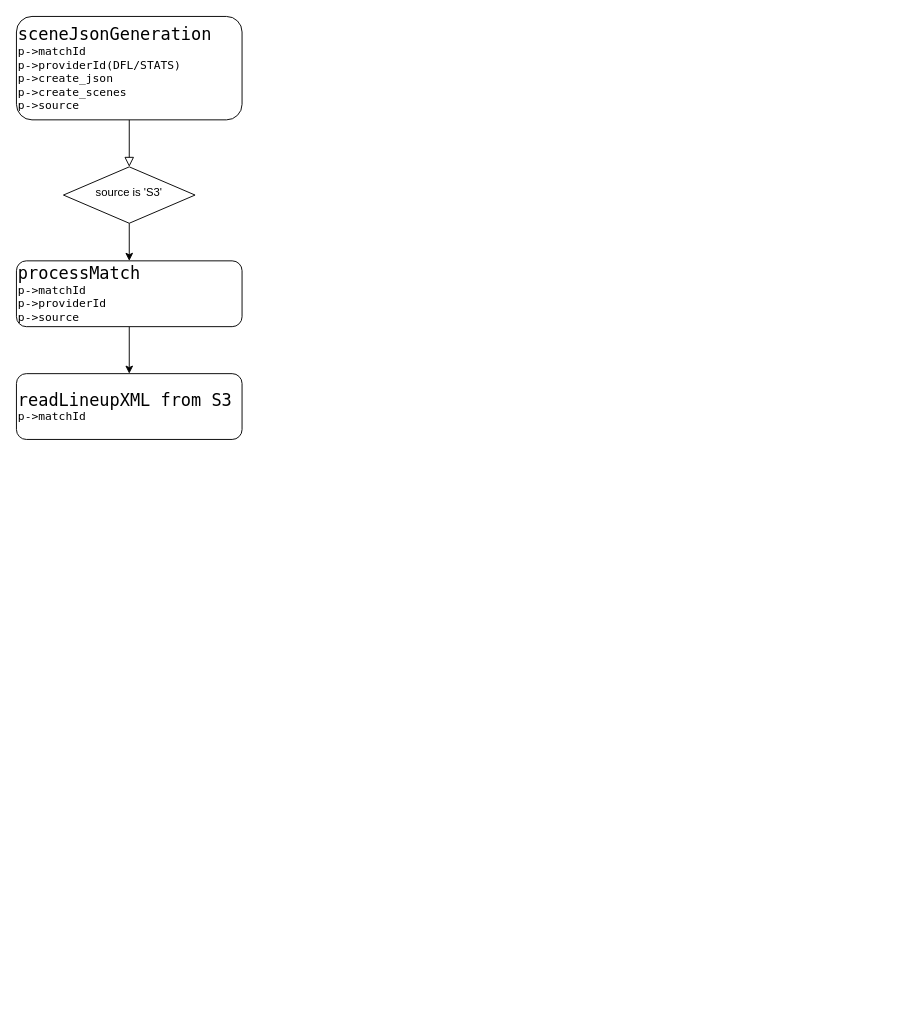
The draw.io diagram SportsOne/Tactical Insight Generate Scene.drawio in wosary1984/draw.io, before the edit. Source tidied: cells renumbered, new cells numbered last; positions are measured from the earlier drawing's top-left corner, leaving out a move shared by most shapes. Both pictures are drawn from the tidied source at 94%, with x=0, y=0 at pixel (16, 16).
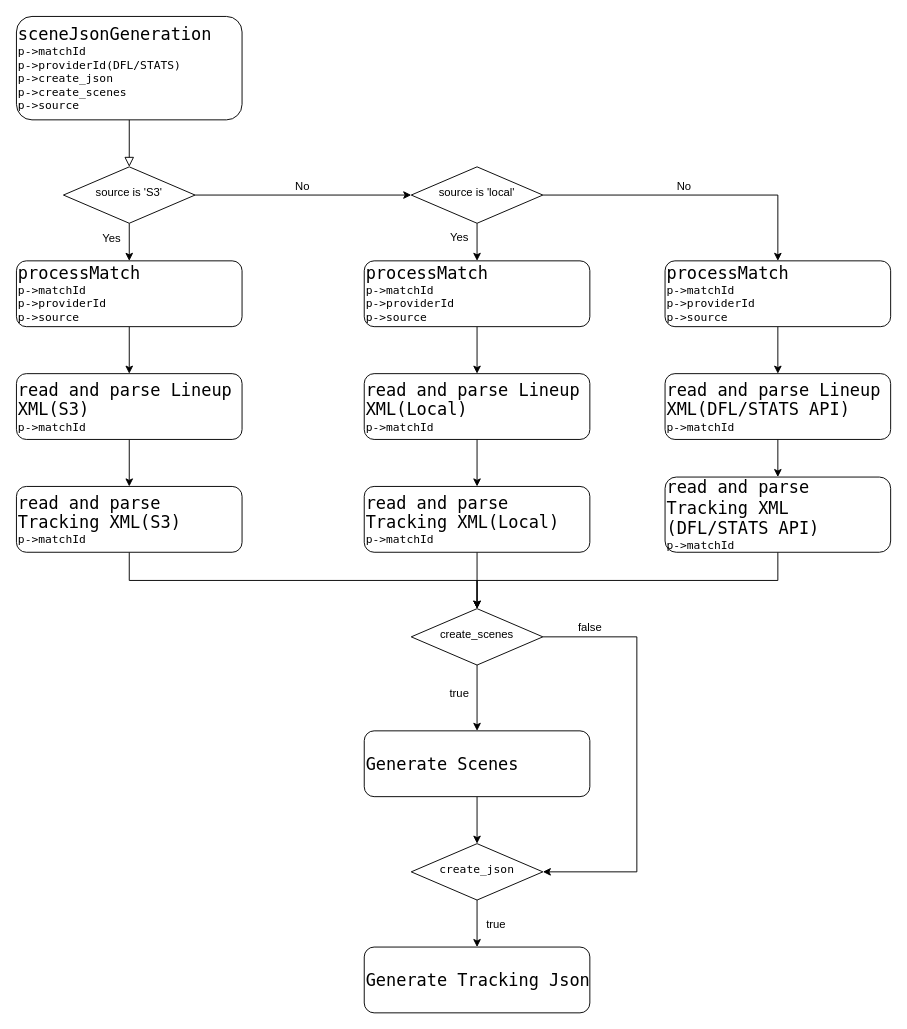
Above is the later version.

The change refers to these unchanged cells:
```xml
<mxCell id="4" style="edgeStyle=orthogonalEdgeStyle;rounded=0;jettySize=auto;html=1;fontColor=#000000;" parent="1" edge="1" source="5" target="7">
  <mxGeometry relative="1" as="geometry" />
</mxCell>
<mxCell id="5" value="source is 'S3'" style="rhombus;whiteSpace=wrap;html=1;shadow=0;fontFamily=Helvetica;fontSize=12;align=center;strokeWidth=1;spacing=6;spacingTop=-4;" parent="1" vertex="1">
  <mxGeometry x="50" y="160" width="140" height="60" as="geometry" />
</mxCell>
```

Diff of the diagram source:
```diff
@@
+    <mxCell id="9" value="Yes" style="text;html=1;align=center;verticalAlign=middle;labelBackgroundColor=#ffffff;fontColor=#000000;" parent="4" vertex="1">
+      <mxGeometry x="-0.24" relative="1" as="geometry">
+        <mxPoint x="-20" as="offset" />
+      </mxGeometry>
+    </mxCell>
+    <mxCell id="10" style="edgeStyle=orthogonalEdgeStyle;rounded=0;jettySize=auto;html=1;fontColor=#000000;" parent="1" edge="1" source="5" target="16">
+      <mxGeometry relative="1" as="geometry" />
+    </mxCell>
+    <mxCell id="11" value="No" style="text;html=1;align=center;verticalAlign=middle;labelBackgroundColor=#ffffff;fontColor=#000000;" parent="10" vertex="1">
+      <mxGeometry x="0.02" y="4" relative="1" as="geometry">
+        <mxPoint x="-3.2" y="-6" as="offset" />
+      </mxGeometry>
+    </mxCell>
@@
+    <mxCell id="12" style="edgeStyle=orthogonalEdgeStyle;rounded=0;jettySize=auto;html=1;fontColor=#000000;" parent="1" edge="1" source="16" target="21">
+      <mxGeometry relative="1" as="geometry" />
+    </mxCell>
+    <mxCell id="13" value="Yes" style="text;html=1;align=center;verticalAlign=middle;labelBackgroundColor=#ffffff;fontColor=#000000;" parent="12" vertex="1">
+      <mxGeometry x="-0.28" relative="1" as="geometry">
+        <mxPoint x="-20" as="offset" />
+      </mxGeometry>
+    </mxCell>
+    <mxCell id="14" style="edgeStyle=orthogonalEdgeStyle;rounded=0;jettySize=auto;html=1;fontColor=#000000;entryX=0.5;entryY=0;entryDx=0;entryDy=0;" parent="1" edge="1" source="16" target="27">
+      <mxGeometry relative="1" as="geometry" />
+    </mxCell>
+    <mxCell id="15" value="No" style="text;html=1;align=center;verticalAlign=middle;labelBackgroundColor=#ffffff;fontColor=#000000;" parent="14" vertex="1">
+      <mxGeometry x="-0.07" y="-4" relative="1" as="geometry">
+        <mxPoint y="-14" as="offset" />
+      </mxGeometry>
+    </mxCell>
+    <mxCell id="16" value="source is 'local'" style="rhombus;whiteSpace=wrap;html=1;shadow=0;fontFamily=Helvetica;fontSize=12;align=center;strokeWidth=1;spacing=6;spacingTop=-4;" parent="1" vertex="1">
+      <mxGeometry x="420" y="160" width="140" height="60" as="geometry" />
+    </mxCell>
@@
+    <mxCell id="17" style="edgeStyle=orthogonalEdgeStyle;rounded=0;jettySize=auto;html=1;fontColor=#000000;" parent="1" edge="1" source="8" target="19">
+      <mxGeometry relative="1" as="geometry" />
+    </mxCell>
-    <mxCell id="8" value="&lt;span style=&quot;font-family: &amp;#34;menlo&amp;#34; , &amp;#34;monaco&amp;#34; , &amp;#34;courier new&amp;#34; , monospace ; white-space: pre&quot;&gt;&lt;span style=&quot;font-size: 18px&quot;&gt;readLineupXML from S3 &lt;/span&gt;&lt;br&gt;p-&amp;gt;matchId&lt;br&gt;&lt;/span&gt;" style="rounded=1;whiteSpace=wrap;html=1;fontSize=12;glass=0;strokeWidth=1;shadow=0;align=left;fontColor=#000000;" parent="1" vertex="1">
+    <mxCell id="8" value="&lt;span style=&quot;font-family: &amp;#34;menlo&amp;#34; , &amp;#34;monaco&amp;#34; , &amp;#34;courier new&amp;#34; , monospace ; white-space: pre&quot;&gt;&lt;span style=&quot;font-size: 18px&quot;&gt;read and parse Lineup &lt;br/&gt;XML(S3) &lt;/span&gt;&lt;br&gt;p-&amp;gt;matchId&lt;br&gt;&lt;/span&gt;" style="rounded=1;whiteSpace=wrap;html=1;fontSize=12;glass=0;strokeWidth=1;shadow=0;align=left;fontColor=#000000;" parent="1" vertex="1">
       <mxGeometry y="380" width="240" height="70" as="geometry" />
     </mxCell>
+    <mxCell id="18" style="edgeStyle=orthogonalEdgeStyle;rounded=0;jettySize=auto;html=1;fontColor=#000000;exitX=0.5;exitY=1;exitDx=0;exitDy=0;" parent="1" edge="1" source="19" target="36">
+      <mxGeometry relative="1" as="geometry" />
+    </mxCell>
+    <mxCell id="19" value="&lt;span style=&quot;font-family: &amp;#34;menlo&amp;#34; , &amp;#34;monaco&amp;#34; , &amp;#34;courier new&amp;#34; , monospace ; white-space: pre&quot;&gt;&lt;span style=&quot;font-size: 18px&quot;&gt;read and parse &lt;br/&gt;Tracking XML(S3) &lt;/span&gt;&lt;br&gt;p-&amp;gt;matchId&lt;br&gt;&lt;/span&gt;" style="rounded=1;whiteSpace=wrap;html=1;fontSize=12;glass=0;strokeWidth=1;shadow=0;align=left;fontColor=#000000;" parent="1" vertex="1">
+      <mxGeometry y="500" width="240" height="70" as="geometry" />
+    </mxCell>
+    <mxCell id="20" style="edgeStyle=orthogonalEdgeStyle;rounded=0;jettySize=auto;html=1;fontColor=#000000;" parent="1" edge="1" source="21" target="23">
+      <mxGeometry relative="1" as="geometry" />
+    </mxCell>
+    <mxCell id="21" value="&lt;span style=&quot;font-family: &amp;#34;menlo&amp;#34; , &amp;#34;monaco&amp;#34; , &amp;#34;courier new&amp;#34; , monospace ; white-space: pre&quot;&gt;&lt;span style=&quot;font-size: 18px&quot;&gt;processMatch&lt;/span&gt;&lt;br&gt;p-&amp;gt;matchId&lt;br&gt;p-&amp;gt;&lt;/span&gt;&lt;span style=&quot;font-family: &amp;#34;menlo&amp;#34; , &amp;#34;monaco&amp;#34; , &amp;#34;courier new&amp;#34; , monospace ; white-space: pre&quot;&gt;providerId&lt;/span&gt;&lt;span style=&quot;font-family: &amp;#34;menlo&amp;#34; , &amp;#34;monaco&amp;#34; , &amp;#34;courier new&amp;#34; , monospace ; white-space: pre&quot;&gt;&lt;br&gt;&lt;/span&gt;&lt;span style=&quot;font-family: &amp;#34;menlo&amp;#34; , &amp;#34;monaco&amp;#34; , &amp;#34;courier new&amp;#34; , monospace ; white-space: pre&quot;&gt;p-&amp;gt;&lt;/span&gt;&lt;span style=&quot;font-family: &amp;#34;menlo&amp;#34; , &amp;#34;monaco&amp;#34; , &amp;#34;courier new&amp;#34; , monospace ; white-space: pre&quot;&gt;source&lt;/span&gt;" style="rounded=1;whiteSpace=wrap;html=1;fontSize=12;glass=0;strokeWidth=1;shadow=0;align=left;fontColor=#000000;" parent="1" vertex="1">
+      <mxGeometry x="370" y="260" width="240" height="70" as="geometry" />
+    </mxCell>
+    <mxCell id="22" style="edgeStyle=orthogonalEdgeStyle;rounded=0;jettySize=auto;html=1;fontColor=#000000;" parent="1" edge="1" source="23" target="25">
+      <mxGeometry relative="1" as="geometry" />
+    </mxCell>
+    <mxCell id="23" value="&lt;span style=&quot;font-family: &amp;#34;menlo&amp;#34; , &amp;#34;monaco&amp;#34; , &amp;#34;courier new&amp;#34; , monospace ; white-space: pre&quot;&gt;&lt;span style=&quot;font-size: 18px&quot;&gt;read and parse Lineup &lt;br&gt;XML(Local) &lt;/span&gt;&lt;br&gt;p-&amp;gt;matchId&lt;br&gt;&lt;/span&gt;" style="rounded=1;whiteSpace=wrap;html=1;fontSize=12;glass=0;strokeWidth=1;shadow=0;align=left;fontColor=#000000;" parent="1" vertex="1">
+      <mxGeometry x="370" y="380" width="240" height="70" as="geometry" />
+    </mxCell>
+    <mxCell id="24" style="edgeStyle=orthogonalEdgeStyle;rounded=0;jettySize=auto;html=1;fontColor=#000000;" parent="1" edge="1" source="25" target="36">
+      <mxGeometry relative="1" as="geometry" />
+    </mxCell>
+    <mxCell id="25" value="&lt;span style=&quot;font-family: &amp;#34;menlo&amp;#34; , &amp;#34;monaco&amp;#34; , &amp;#34;courier new&amp;#34; , monospace ; white-space: pre&quot;&gt;&lt;span style=&quot;font-size: 18px&quot;&gt;read and parse &lt;br&gt;Tracking XML(Local) &lt;/span&gt;&lt;br&gt;p-&amp;gt;matchId&lt;br&gt;&lt;/span&gt;" style="rounded=1;whiteSpace=wrap;html=1;fontSize=12;glass=0;strokeWidth=1;shadow=0;align=left;fontColor=#000000;" parent="1" vertex="1">
+      <mxGeometry x="370" y="500" width="240" height="70" as="geometry" />
+    </mxCell>
+    <mxCell id="26" style="edgeStyle=orthogonalEdgeStyle;rounded=0;jettySize=auto;html=1;fontColor=#000000;" parent="1" edge="1" source="27" target="29">
+      <mxGeometry relative="1" as="geometry" />
+    </mxCell>
+    <mxCell id="27" value="&lt;span style=&quot;font-family: &amp;#34;menlo&amp;#34; , &amp;#34;monaco&amp;#34; , &amp;#34;courier new&amp;#34; , monospace ; white-space: pre&quot;&gt;&lt;span style=&quot;font-size: 18px&quot;&gt;processMatch&lt;/span&gt;&lt;br&gt;p-&amp;gt;matchId&lt;br&gt;p-&amp;gt;&lt;/span&gt;&lt;span style=&quot;font-family: &amp;#34;menlo&amp;#34; , &amp;#34;monaco&amp;#34; , &amp;#34;courier new&amp;#34; , monospace ; white-space: pre&quot;&gt;providerId&lt;/span&gt;&lt;span style=&quot;font-family: &amp;#34;menlo&amp;#34; , &amp;#34;monaco&amp;#34; , &amp;#34;courier new&amp;#34; , monospace ; white-space: pre&quot;&gt;&lt;br&gt;&lt;/span&gt;&lt;span style=&quot;font-family: &amp;#34;menlo&amp;#34; , &amp;#34;monaco&amp;#34; , &amp;#34;courier new&amp;#34; , monospace ; white-space: pre&quot;&gt;p-&amp;gt;&lt;/span&gt;&lt;span style=&quot;font-family: &amp;#34;menlo&amp;#34; , &amp;#34;monaco&amp;#34; , &amp;#34;courier new&amp;#34; , monospace ; white-space: pre&quot;&gt;source&lt;/span&gt;" style="rounded=1;whiteSpace=wrap;html=1;fontSize=12;glass=0;strokeWidth=1;shadow=0;align=left;fontColor=#000000;" parent="1" vertex="1">
+      <mxGeometry x="690" y="260" width="240" height="70" as="geometry" />
+    </mxCell>
+    <mxCell id="28" style="edgeStyle=orthogonalEdgeStyle;rounded=0;jettySize=auto;html=1;fontColor=#000000;" parent="1" edge="1" source="29" target="31">
+      <mxGeometry relative="1" as="geometry" />
+    </mxCell>
+    <mxCell id="29" value="&lt;span style=&quot;font-family: &amp;#34;menlo&amp;#34; , &amp;#34;monaco&amp;#34; , &amp;#34;courier new&amp;#34; , monospace ; white-space: pre&quot;&gt;&lt;span style=&quot;font-size: 18px&quot;&gt;read and parse Lineup &lt;br&gt;XML(DFL/STATS API) &lt;/span&gt;&lt;br&gt;p-&amp;gt;matchId&lt;br&gt;&lt;/span&gt;" style="rounded=1;whiteSpace=wrap;html=1;fontSize=12;glass=0;strokeWidth=1;shadow=0;align=left;fontColor=#000000;" parent="1" vertex="1">
+      <mxGeometry x="690" y="380" width="240" height="70" as="geometry" />
+    </mxCell>
+    <mxCell id="30" style="edgeStyle=orthogonalEdgeStyle;rounded=0;jettySize=auto;html=1;fontColor=#000000;entryX=0.5;entryY=0;entryDx=0;entryDy=0;exitX=0.5;exitY=1;exitDx=0;exitDy=0;" parent="1" edge="1" source="31" target="36">
+      <mxGeometry relative="1" as="geometry" />
+    </mxCell>
+    <mxCell id="31" value="&lt;span style=&quot;font-family: &amp;#34;menlo&amp;#34; , &amp;#34;monaco&amp;#34; , &amp;#34;courier new&amp;#34; , monospace ; white-space: pre&quot;&gt;&lt;span style=&quot;font-size: 18px&quot;&gt;read and parse &lt;br&gt;Tracking XML&lt;br/&gt;(&lt;/span&gt;&lt;/span&gt;&lt;span style=&quot;font-family: &amp;#34;menlo&amp;#34; , &amp;#34;monaco&amp;#34; , &amp;#34;courier new&amp;#34; , monospace ; font-size: 18px ; white-space: pre&quot;&gt;DFL/STATS API&lt;/span&gt;&lt;span style=&quot;font-family: &amp;#34;menlo&amp;#34; , &amp;#34;monaco&amp;#34; , &amp;#34;courier new&amp;#34; , monospace ; white-space: pre&quot;&gt;&lt;span style=&quot;font-size: 18px&quot;&gt;) &lt;/span&gt;&lt;br&gt;p-&amp;gt;matchId&lt;br&gt;&lt;/span&gt;" style="rounded=1;whiteSpace=wrap;html=1;fontSize=12;glass=0;strokeWidth=1;shadow=0;align=left;fontColor=#000000;" parent="1" vertex="1">
+      <mxGeometry x="690" y="490" width="240" height="80" as="geometry" />
+    </mxCell>
+    <mxCell id="32" style="edgeStyle=orthogonalEdgeStyle;rounded=0;jettySize=auto;html=1;fontColor=#000000;" parent="1" edge="1" source="36" target="38">
+      <mxGeometry relative="1" as="geometry" />
+    </mxCell>
+    <mxCell id="33" value="true" style="text;html=1;align=center;verticalAlign=middle;labelBackgroundColor=#ffffff;fontColor=#000000;" parent="32" vertex="1">
+      <mxGeometry x="0.24" y="-1" relative="1" as="geometry">
+        <mxPoint x="-19" y="-13.3" as="offset" />
+      </mxGeometry>
+    </mxCell>
+    <mxCell id="34" style="edgeStyle=orthogonalEdgeStyle;rounded=0;jettySize=auto;html=1;exitX=1;exitY=0.5;exitDx=0;exitDy=0;entryX=1;entryY=0.5;entryDx=0;entryDy=0;fontColor=#000000;" parent="1" edge="1" source="36" target="41">
+      <mxGeometry relative="1" as="geometry">
+        <Array as="points">
+          <mxPoint x="660" y="660" />
+          <mxPoint x="660" y="910" />
+        </Array>
+      </mxGeometry>
+    </mxCell>
+    <mxCell id="35" value="false" style="text;html=1;align=center;verticalAlign=middle;labelBackgroundColor=#ffffff;fontColor=#000000;" parent="34" vertex="1">
+      <mxGeometry x="-0.79" relative="1" as="geometry">
+        <mxPoint x="2.2" y="-10.2" as="offset" />
+      </mxGeometry>
+    </mxCell>
+    <mxCell id="36" value="&lt;span style=&quot;text-align: left ; white-space: nowrap&quot;&gt;create_scenes&lt;/span&gt;" style="rhombus;whiteSpace=wrap;html=1;shadow=0;fontFamily=Helvetica;fontSize=12;align=center;strokeWidth=1;spacing=6;spacingTop=-4;" parent="1" vertex="1">
+      <mxGeometry x="420" y="630" width="140" height="60" as="geometry" />
+    </mxCell>
+    <mxCell id="37" style="edgeStyle=orthogonalEdgeStyle;rounded=0;jettySize=auto;html=1;exitX=0.5;exitY=1;exitDx=0;exitDy=0;entryX=0.5;entryY=0;entryDx=0;entryDy=0;fontColor=#000000;" parent="1" edge="1" source="38" target="41">
+      <mxGeometry relative="1" as="geometry" />
+    </mxCell>
+    <mxCell id="38" value="&lt;span style=&quot;font-family: &amp;#34;menlo&amp;#34; , &amp;#34;monaco&amp;#34; , &amp;#34;courier new&amp;#34; , monospace ; white-space: pre&quot;&gt;&lt;span style=&quot;font-size: 18px&quot;&gt;Generate Scenes&lt;/span&gt;&lt;br&gt;&lt;/span&gt;" style="rounded=1;whiteSpace=wrap;html=1;fontSize=12;glass=0;strokeWidth=1;shadow=0;align=left;fontColor=#000000;" parent="1" vertex="1">
+      <mxGeometry x="370" y="760" width="240" height="70" as="geometry" />
+    </mxCell>
+    <mxCell id="39" style="edgeStyle=orthogonalEdgeStyle;rounded=0;jettySize=auto;html=1;exitX=0.5;exitY=1;exitDx=0;exitDy=0;entryX=0.5;entryY=0;entryDx=0;entryDy=0;fontColor=#000000;" parent="1" edge="1" source="41" target="42">
+      <mxGeometry relative="1" as="geometry" />
+    </mxCell>
+    <mxCell id="40" value="true" style="text;html=1;align=center;verticalAlign=middle;labelBackgroundColor=#ffffff;fontColor=#000000;" parent="39" vertex="1">
+      <mxGeometry y="1" relative="1" as="geometry">
+        <mxPoint x="18.7" as="offset" />
+      </mxGeometry>
+    </mxCell>
+    <mxCell id="41" value="&lt;span style=&quot;font-family: &amp;#34;menlo&amp;#34; , &amp;#34;monaco&amp;#34; , &amp;#34;courier new&amp;#34; , monospace ; text-align: left ; white-space: pre&quot;&gt;create_json&lt;/span&gt;" style="rhombus;whiteSpace=wrap;html=1;shadow=0;fontFamily=Helvetica;fontSize=12;align=center;strokeWidth=1;spacing=6;spacingTop=-4;" parent="1" vertex="1">
+      <mxGeometry x="420" y="880" width="140" height="60" as="geometry" />
+    </mxCell>
+    <mxCell id="42" value="&lt;span style=&quot;font-family: &amp;#34;menlo&amp;#34; , &amp;#34;monaco&amp;#34; , &amp;#34;courier new&amp;#34; , monospace ; white-space: pre&quot;&gt;&lt;span style=&quot;font-size: 18px&quot;&gt;Generate Tracking Json&lt;/span&gt;&lt;br&gt;&lt;/span&gt;" style="rounded=1;whiteSpace=wrap;html=1;fontSize=12;glass=0;strokeWidth=1;shadow=0;align=left;fontColor=#000000;" parent="1" vertex="1">
+      <mxGeometry x="370" y="990" width="240" height="70" as="geometry" />
+    </mxCell>
```
